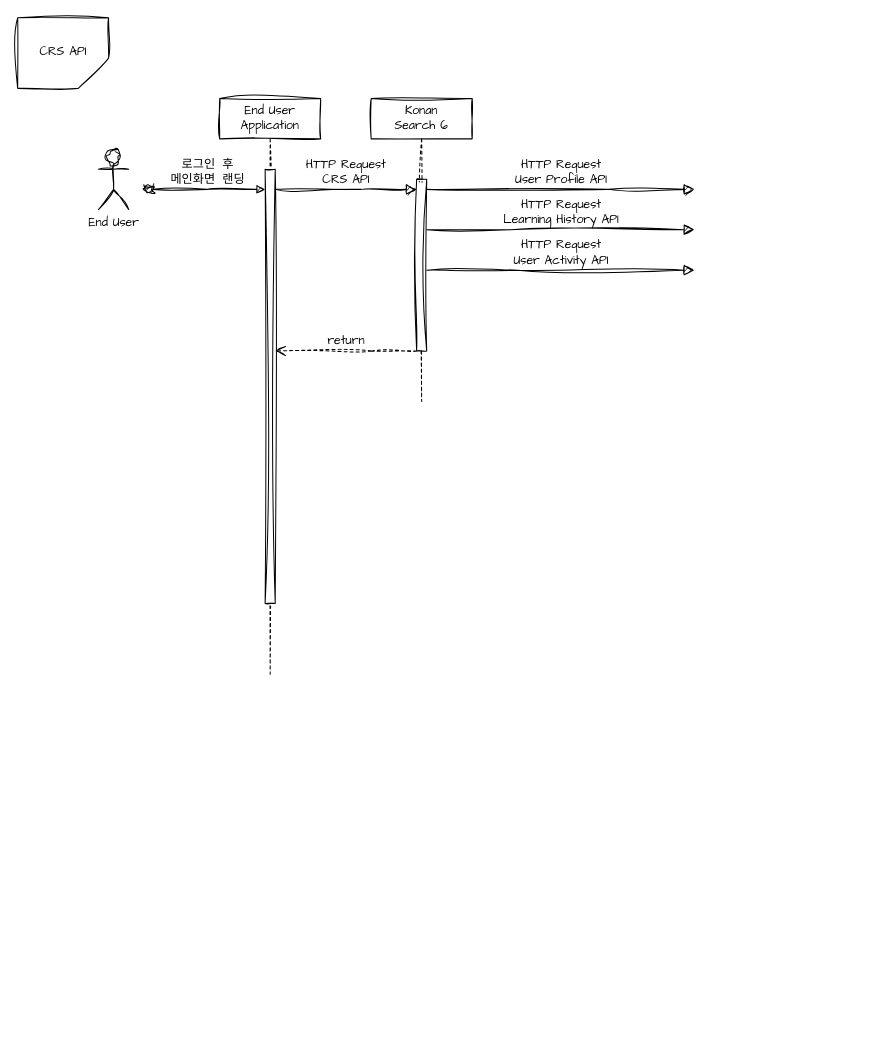
This is user_profile.drawio from k1mtaeye07/nile, a draw.io file, before an edit. Source tidied: cells renumbered, new cells numbered last; positions are measured from the earlier drawing's top-left corner, leaving out a move shared by most shapes. Both pictures are drawn from the tidied source at 101%, with x=0, y=0 at pixel (27, 7).
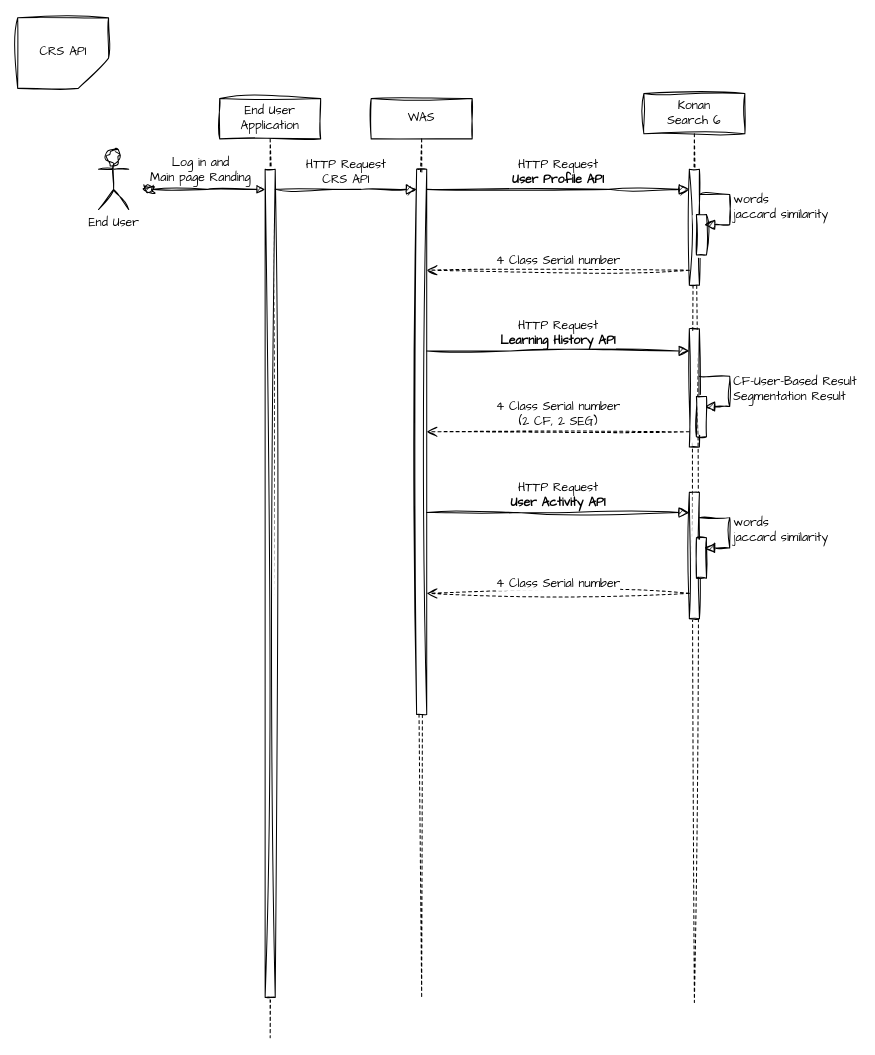
The same diagram, later.

What changed in the source:
```diff
@@
     <mxCell id="2" value="End User Application" style="shape=umlLifeline;perimeter=lifelinePerimeter;whiteSpace=wrap;html=1;newEdgeStyle={&quot;edgeStyle&quot;:&quot;elbowEdgeStyle&quot;,&quot;elbow&quot;:&quot;vertical&quot;,&quot;curved&quot;:0,&quot;rounded&quot;:0};sketch=1;hachureGap=4;jiggle=2;curveFitting=1;fontFamily=Architects Daughter;" parent="1" vertex="1">
-      <mxGeometry x="190" y="90" width="100" height="570" as="geometry" />
+      <mxGeometry x="190" y="90" width="100" height="930" as="geometry" />
     </mxCell>
     <mxCell id="3" style="html=1;perimeter=orthogonalPerimeter;targetShapes=umlLifeline;newEdgeStyle={&quot;edgeStyle&quot;:&quot;elbowEdgeStyle&quot;,&quot;elbow&quot;:&quot;vertical&quot;,&quot;curved&quot;:0,&quot;rounded&quot;:0};sketch=1;hachureGap=4;jiggle=2;curveFitting=1;fontFamily=Architects Daughter;" parent="2" vertex="1">
-      <mxGeometry x="45" y="70" width="10" height="430" as="geometry" />
+      <mxGeometry x="45" y="70" width="10" height="820" as="geometry" />
     </mxCell>
-    <mxCell id="4" value="Konan&lt;div&gt;Search 6&lt;/div&gt;" style="shape=umlLifeline;perimeter=lifelinePerimeter;whiteSpace=wrap;html=1;newEdgeStyle={&quot;edgeStyle&quot;:&quot;elbowEdgeStyle&quot;,&quot;elbow&quot;:&quot;vertical&quot;,&quot;curved&quot;:0,&quot;rounded&quot;:0};sketch=1;hachureGap=4;jiggle=2;curveFitting=1;fontFamily=Architects Daughter;" parent="1" vertex="1">
-      <mxGeometry x="340" y="90" width="100" height="300" as="geometry" />
+    <mxCell id="4" value="WAS" style="shape=umlLifeline;perimeter=lifelinePerimeter;whiteSpace=wrap;html=1;newEdgeStyle={&quot;edgeStyle&quot;:&quot;elbowEdgeStyle&quot;,&quot;elbow&quot;:&quot;vertical&quot;,&quot;curved&quot;:0,&quot;rounded&quot;:0};sketch=1;hachureGap=4;jiggle=2;curveFitting=1;fontFamily=Architects Daughter;" parent="1" vertex="1">
+      <mxGeometry x="340" y="90" width="100" height="890" as="geometry" />
     </mxCell>
     <mxCell id="5" style="html=1;points=[];perimeter=orthogonalPerimeter;outlineConnect=0;targetShapes=umlLifeline;portConstraint=eastwest;newEdgeStyle={&quot;edgeStyle&quot;:&quot;elbowEdgeStyle&quot;,&quot;elbow&quot;:&quot;vertical&quot;,&quot;curved&quot;:0,&quot;rounded&quot;:0};sketch=1;hachureGap=4;jiggle=2;curveFitting=1;fontFamily=Architects Daughter;" parent="4" vertex="1">
-      <mxGeometry x="45" y="80" width="10" height="170" as="geometry" />
+      <mxGeometry x="45" y="70" width="10" height="540" as="geometry" />
     </mxCell>
@@
-    <mxCell id="7" value="return" style="html=1;verticalAlign=bottom;endArrow=open;dashed=1;endSize=8;edgeStyle=elbowEdgeStyle;elbow=vertical;curved=0;rounded=0;sketch=1;hachureGap=4;jiggle=2;curveFitting=1;fontFamily=Architects Daughter;fontSize=12;" parent="1" edge="1" source="5">
-      <mxGeometry relative="1" as="geometry">
-        <mxPoint x="245" y="340" as="targetPoint" />
-        <Array as="points">
-          <mxPoint x="340" y="340" />
-        </Array>
-      </mxGeometry>
-    </mxCell>
@@
-    <mxCell id="10" value="&lt;font face=&quot;Courier New&quot;&gt;로그인 후&lt;/font&gt;&lt;div&gt;&lt;font face=&quot;Courier New&quot;&gt;메인화면 랜딩&lt;/font&gt;&lt;/div&gt;" style="html=1;verticalAlign=bottom;startArrow=oval;endArrow=block;startSize=8;edgeStyle=elbowEdgeStyle;elbow=vertical;curved=0;rounded=0;sketch=1;hachureGap=4;jiggle=2;curveFitting=1;fontFamily=Architects Daughter;fontSize=12;" parent="1" edge="1">
-      <mxGeometry relative="1" as="geometry">
+    <mxCell id="10" style="html=1;verticalAlign=bottom;startArrow=oval;endArrow=block;startSize=8;edgeStyle=elbowEdgeStyle;elbow=vertical;curved=0;rounded=0;sketch=1;hachureGap=4;jiggle=2;curveFitting=1;fontFamily=Architects Daughter;fontSize=12;" parent="1" edge="1">
+      <mxGeometry x="-0.01" relative="1" as="geometry">
         <mxPoint x="120" y="180" as="sourcePoint" />
         <mxPoint x="235" y="180" as="targetPoint" />
       </mxGeometry>
     </mxCell>
+    <mxCell id="14" value="Log in and&lt;div&gt;Main page Randing&lt;/div&gt;" style="edgeLabel;html=1;align=center;verticalAlign=middle;fontSize=12;sketch=1;hachureGap=4;jiggle=2;curveFitting=1;fontFamily=Architects Daughter;" parent="10" vertex="1">
+      <mxGeometry x="-0.61" y="3" relative="1" as="geometry">
+        <mxPoint x="28" y="-17" as="offset" />
+      </mxGeometry>
+    </mxCell>
+    <mxCell id="15" value="Konan&lt;div&gt;Search 6&lt;/div&gt;" style="shape=umlLifeline;perimeter=lifelinePerimeter;whiteSpace=wrap;html=1;newEdgeStyle={&quot;edgeStyle&quot;:&quot;elbowEdgeStyle&quot;,&quot;elbow&quot;:&quot;vertical&quot;,&quot;curved&quot;:0,&quot;rounded&quot;:0};sketch=1;hachureGap=4;jiggle=2;curveFitting=1;fontFamily=Architects Daughter;" parent="1" vertex="1">
+      <mxGeometry x="610" y="85" width="100" height="900" as="geometry" />
+    </mxCell>
+    <mxCell id="16" style="html=1;points=[];perimeter=orthogonalPerimeter;outlineConnect=0;targetShapes=umlLifeline;portConstraint=eastwest;newEdgeStyle={&quot;edgeStyle&quot;:&quot;elbowEdgeStyle&quot;,&quot;elbow&quot;:&quot;vertical&quot;,&quot;curved&quot;:0,&quot;rounded&quot;:0};sketch=1;hachureGap=4;jiggle=2;curveFitting=1;fontFamily=Architects Daughter;" parent="15" vertex="1">
+      <mxGeometry x="45" y="75" width="10" height="115" as="geometry" />
+    </mxCell>
+    <mxCell id="17" style="html=1;perimeter=orthogonalPerimeter;targetShapes=umlLifeline;newEdgeStyle={&quot;curved&quot;:0,&quot;rounded&quot;:0};sketch=1;hachureGap=4;jiggle=2;curveFitting=1;fontFamily=Architects Daughter;" parent="15" vertex="1">
+      <mxGeometry x="52" y="120" width="10" height="40" as="geometry" />
+    </mxCell>
+    <mxCell id="18" value="words&lt;div&gt;jaccard similarity&lt;/div&gt;" style="html=1;align=left;spacingLeft=2;endArrow=block;rounded=0;edgeStyle=orthogonalEdgeStyle;curved=0;rounded=0;sketch=1;hachureGap=4;jiggle=2;curveFitting=1;fontFamily=Architects Daughter;fontSize=12;startSize=8;endSize=8;" parent="15" edge="1">
+      <mxGeometry relative="1" as="geometry">
+        <mxPoint x="55" y="100" as="sourcePoint" />
+        <mxPoint x="60" y="130" as="targetPoint" />
+        <Array as="points">
+          <mxPoint x="85" y="130" />
+        </Array>
+      </mxGeometry>
+    </mxCell>
+    <mxCell id="19" value="CF-User-Based Result&lt;div&gt;Segmentation Result&lt;/div&gt;" style="html=1;align=left;spacingLeft=2;endArrow=block;rounded=0;edgeStyle=orthogonalEdgeStyle;curved=0;rounded=0;sketch=1;hachureGap=4;jiggle=2;curveFitting=1;fontFamily=Architects Daughter;fontSize=12;startSize=8;endSize=8;" parent="15" edge="1">
+      <mxGeometry relative="1" as="geometry">
+        <mxPoint x="55" y="280" as="sourcePoint" />
+        <mxPoint x="60" y="310" as="targetPoint" />
+        <Array as="points">
+          <mxPoint x="85" y="310" />
+        </Array>
+      </mxGeometry>
+    </mxCell>
+    <mxCell id="20" style="html=1;points=[];perimeter=orthogonalPerimeter;outlineConnect=0;targetShapes=umlLifeline;portConstraint=eastwest;newEdgeStyle={&quot;edgeStyle&quot;:&quot;elbowEdgeStyle&quot;,&quot;elbow&quot;:&quot;vertical&quot;,&quot;curved&quot;:0,&quot;rounded&quot;:0};sketch=1;hachureGap=4;jiggle=2;curveFitting=1;fontFamily=Architects Daughter;" parent="15" vertex="1">
+      <mxGeometry x="45" y="233" width="10" height="117" as="geometry" />
+    </mxCell>
+    <mxCell id="21" style="html=1;perimeter=orthogonalPerimeter;targetShapes=umlLifeline;newEdgeStyle={&quot;curved&quot;:0,&quot;rounded&quot;:0};sketch=1;hachureGap=4;jiggle=2;curveFitting=1;fontFamily=Architects Daughter;" parent="15" vertex="1">
+      <mxGeometry x="52" y="300" width="10" height="40" as="geometry" />
+    </mxCell>
+    <mxCell id="22" style="html=1;points=[];perimeter=orthogonalPerimeter;outlineConnect=0;targetShapes=umlLifeline;portConstraint=eastwest;newEdgeStyle={&quot;edgeStyle&quot;:&quot;elbowEdgeStyle&quot;,&quot;elbow&quot;:&quot;vertical&quot;,&quot;curved&quot;:0,&quot;rounded&quot;:0};sketch=1;hachureGap=4;jiggle=2;curveFitting=1;fontFamily=Architects Daughter;" parent="15" vertex="1">
+      <mxGeometry x="45" y="395" width="10" height="125" as="geometry" />
+    </mxCell>
+    <mxCell id="23" style="html=1;perimeter=orthogonalPerimeter;targetShapes=umlLifeline;newEdgeStyle={&quot;curved&quot;:0,&quot;rounded&quot;:0};sketch=1;hachureGap=4;jiggle=2;curveFitting=1;fontFamily=Architects Daughter;" parent="15" vertex="1">
+      <mxGeometry x="52" y="440" width="10" height="40" as="geometry" />
+    </mxCell>
+    <mxCell id="24" value="words&lt;div&gt;jaccard similarity&lt;/div&gt;" style="html=1;align=left;spacingLeft=2;endArrow=block;rounded=0;edgeStyle=orthogonalEdgeStyle;curved=0;rounded=0;sketch=1;hachureGap=4;jiggle=2;curveFitting=1;fontFamily=Architects Daughter;fontSize=12;startSize=8;endSize=8;" parent="15" edge="1">
+      <mxGeometry relative="1" as="geometry">
+        <mxPoint x="55" y="420" as="sourcePoint" />
+        <mxPoint x="60" y="450" as="targetPoint" />
+        <Array as="points">
+          <mxPoint x="85" y="450" />
+        </Array>
+      </mxGeometry>
+    </mxCell>
+    <mxCell id="25" value="4 Class Serial number" style="html=1;verticalAlign=bottom;endArrow=open;dashed=1;endSize=8;curved=0;rounded=0;sketch=1;hachureGap=4;jiggle=2;curveFitting=1;fontFamily=Architects Daughter;fontSize=12;" parent="1" edge="1" source="16">
+      <mxGeometry relative="1" as="geometry">
+        <mxPoint x="395" y="260" as="targetPoint" />
+      </mxGeometry>
+    </mxCell>
+    <mxCell id="26" value="4 Class Serial number&lt;div&gt;(2 CF, 2 SEG)&lt;/div&gt;" style="html=1;verticalAlign=bottom;endArrow=open;dashed=1;endSize=8;curved=0;rounded=0;sketch=1;hachureGap=4;jiggle=2;curveFitting=1;fontFamily=Architects Daughter;fontSize=12;" parent="1" edge="1" source="20">
+      <mxGeometry relative="1" as="geometry">
+        <mxPoint x="395" y="420" as="targetPoint" />
+      </mxGeometry>
+    </mxCell>
+    <mxCell id="13" value="HTTP Request&lt;div&gt;&lt;b&gt;User Activity API&lt;/b&gt;&lt;/div&gt;" style="html=1;verticalAlign=bottom;endArrow=block;edgeStyle=elbowEdgeStyle;elbow=vertical;curved=0;rounded=0;sketch=1;hachureGap=4;jiggle=2;curveFitting=1;fontFamily=Architects Daughter;fontSize=12;startSize=8;endSize=8;" parent="1" edge="1" target="22">
+      <mxGeometry relative="1" as="geometry">
+        <mxPoint x="395" y="500" as="sourcePoint" />
+        <Array as="points">
+          <mxPoint x="485" y="500" />
+          <mxPoint x="600" y="510" />
+        </Array>
+      </mxGeometry>
+    </mxCell>
+    <mxCell id="27" value="4 Class Serial number" style="html=1;verticalAlign=bottom;endArrow=open;dashed=1;endSize=8;curved=0;rounded=0;sketch=1;hachureGap=4;jiggle=2;curveFitting=1;fontFamily=Architects Daughter;fontSize=12;" parent="1" edge="1">
+      <mxGeometry relative="1" as="geometry">
+        <mxPoint x="655" y="580" as="sourcePoint" />
+        <mxPoint x="395" y="580" as="targetPoint" />
+      </mxGeometry>
+    </mxCell>
-    <mxCell id="11" value="HTTP Request&lt;div&gt;User Profile API&lt;/div&gt;" style="html=1;verticalAlign=bottom;endArrow=block;edgeStyle=elbowEdgeStyle;elbow=vertical;curved=0;rounded=0;sketch=1;hachureGap=4;jiggle=2;curveFitting=1;fontFamily=Architects Daughter;fontSize=12;startSize=8;endSize=8;" parent="1" edge="1" source="5">
+    <mxCell id="11" value="HTTP Request&lt;div&gt;&lt;b&gt;User Profile API&lt;/b&gt;&lt;/div&gt;" style="html=1;verticalAlign=bottom;endArrow=block;edgeStyle=elbowEdgeStyle;elbow=vertical;curved=0;rounded=0;sketch=1;hachureGap=4;jiggle=2;curveFitting=1;fontFamily=Architects Daughter;fontSize=12;startSize=8;endSize=8;" parent="1" edge="1" source="5" target="16">
       <mxGeometry relative="1" as="geometry">
-        <mxPoint x="660" y="180" as="targetPoint" />
         <Array as="points">
           <mxPoint x="575" y="180" />
         </Array>
       </mxGeometry>
     </mxCell>
-    <mxCell id="12" value="HTTP Request&lt;div&gt;Learning History API&lt;/div&gt;" style="html=1;verticalAlign=bottom;endArrow=block;edgeStyle=elbowEdgeStyle;elbow=vertical;curved=0;rounded=0;sketch=1;hachureGap=4;jiggle=2;curveFitting=1;fontFamily=Architects Daughter;fontSize=12;startSize=8;endSize=8;" parent="1" edge="1" source="5">
+    <mxCell id="12" value="HTTP Request&lt;div&gt;&lt;b&gt;Learning History API&lt;/b&gt;&lt;/div&gt;" style="html=1;verticalAlign=bottom;endArrow=block;edgeStyle=elbowEdgeStyle;elbow=vertical;curved=0;rounded=0;sketch=1;hachureGap=4;jiggle=2;curveFitting=1;fontFamily=Architects Daughter;fontSize=12;startSize=8;endSize=8;" parent="1" edge="1" target="20">
       <mxGeometry relative="1" as="geometry">
-        <mxPoint x="660" y="220" as="targetPoint" />
+        <mxPoint x="395" y="340" as="sourcePoint" />
         <Array as="points">
-          <mxPoint x="478" y="220" />
-          <mxPoint x="593" y="230" />
+          <mxPoint x="478" y="340" />
+          <mxPoint x="593" y="350" />
         </Array>
       </mxGeometry>
     </mxCell>
-    <mxCell id="13" value="HTTP Request&lt;div&gt;User Activity API&lt;/div&gt;" style="html=1;verticalAlign=bottom;endArrow=block;edgeStyle=elbowEdgeStyle;elbow=vertical;curved=0;rounded=0;sketch=1;hachureGap=4;jiggle=2;curveFitting=1;fontFamily=Architects Daughter;fontSize=12;startSize=8;endSize=8;" parent="1" edge="1" source="5">
-      <mxGeometry relative="1" as="geometry">
-        <mxPoint x="660" y="260" as="targetPoint" />
-        <Array as="points">
-          <mxPoint x="485" y="260" />
-          <mxPoint x="600" y="270" />
-        </Array>
-      </mxGeometry>
-    </mxCell>
```
